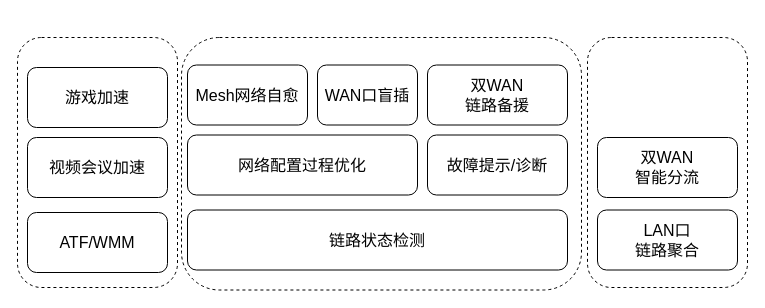
This is page "总体" (2 of 2) of ATF_WMM.drawio from xdutaotao/draw.io, a draw.io file, before an edit. Source tidied: cells renumbered, new cells numbered last; positions are measured from the earlier drawing's top-left corner, leaving out a move shared by most shapes. Both pictures are drawn from the tidied source at 100%, with x=0, y=0 at pixel (17, 37).
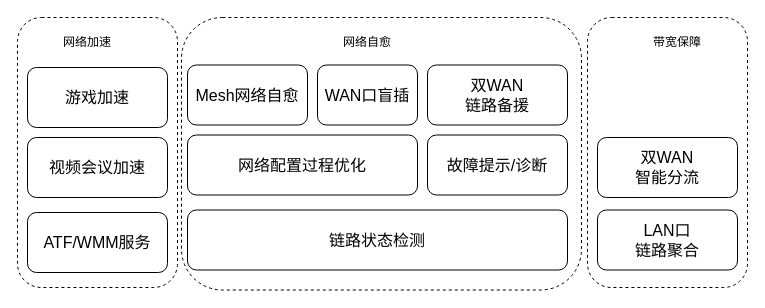
The same diagram, later.

What changed in the source:
```diff
@@
 <mxGraphModel>
   <root>
     <mxCell id="0" />
     <mxCell id="1" parent="0" />
     <mxCell id="2" style="rounded=1;whiteSpace=wrap;html=1;fontSize=16;dashed=1;" parent="1" vertex="1">
-      <mxGeometry x="570" width="160" height="250" as="geometry" />
+      <mxGeometry x="570" y="-20" width="160" height="270" as="geometry" />
     </mxCell>
     <mxCell id="3" style="rounded=1;whiteSpace=wrap;html=1;fontSize=16;dashed=1;" parent="1" vertex="1">
-      <mxGeometry x="164" width="400" height="252.5" as="geometry" />
+      <mxGeometry x="164" y="-20" width="400" height="272.5" as="geometry" />
     </mxCell>
     <mxCell id="4" style="rounded=1;whiteSpace=wrap;html=1;fontSize=16;dashed=1;" parent="1" vertex="1">
-      <mxGeometry width="160" height="250" as="geometry" />
+      <mxGeometry y="-20" width="160" height="270" as="geometry" />
     </mxCell>
     <mxCell id="5" value="链路状态检测" style="rounded=1;whiteSpace=wrap;html=1;fontSize=16;" parent="1" vertex="1">
       <mxGeometry x="170" y="172.5" width="380" height="60" as="geometry" />
     </mxCell>
     <mxCell id="6" value="网络配置过程优化" style="rounded=1;whiteSpace=wrap;html=1;fontSize=16;" parent="1" vertex="1">
       <mxGeometry x="170" y="97.5" width="230" height="60" as="geometry" />
     </mxCell>
     <mxCell id="7" value="Mesh网络自愈" style="rounded=1;whiteSpace=wrap;html=1;fontSize=16;" parent="1" vertex="1">
       <mxGeometry x="170" y="27.5" width="120" height="60" as="geometry" />
     </mxCell>
     <mxCell id="8" value="WAN口盲插" style="rounded=1;whiteSpace=wrap;html=1;fontSize=16;" parent="1" vertex="1">
       <mxGeometry x="300" y="27.5" width="100" height="60" as="geometry" />
     </mxCell>
     <mxCell id="9" value="故障提示/诊断" style="rounded=1;whiteSpace=wrap;html=1;fontSize=16;" parent="1" vertex="1">
       <mxGeometry x="410" y="97.5" width="140" height="60" as="geometry" />
     </mxCell>
     <mxCell id="10" value="双WAN&lt;br&gt;链路备援" style="rounded=1;whiteSpace=wrap;html=1;fontSize=16;" parent="1" vertex="1">
       <mxGeometry x="410" y="27.5" width="140" height="60" as="geometry" />
     </mxCell>
     <mxCell id="11" value="双WAN&lt;br&gt;智能分流" style="rounded=1;whiteSpace=wrap;html=1;fontSize=16;" parent="1" vertex="1">
       <mxGeometry x="580" y="100" width="140" height="60" as="geometry" />
     </mxCell>
     <mxCell id="12" value="LAN口&lt;br&gt;链路聚合" style="rounded=1;whiteSpace=wrap;html=1;fontSize=16;" parent="1" vertex="1">
       <mxGeometry x="580" y="172.5" width="140" height="60" as="geometry" />
     </mxCell>
     <mxCell id="13" value="游戏加速" style="rounded=1;whiteSpace=wrap;html=1;fontSize=16;" parent="1" vertex="1">
       <mxGeometry x="10" y="30" width="140" height="60" as="geometry" />
     </mxCell>
     <mxCell id="14" value="视频会议加速" style="rounded=1;whiteSpace=wrap;html=1;fontSize=16;" parent="1" vertex="1">
       <mxGeometry x="10" y="100" width="140" height="60" as="geometry" />
     </mxCell>
-    <mxCell id="15" value="ATF/WMM" style="rounded=1;whiteSpace=wrap;html=1;fontSize=16;" parent="1" vertex="1">
+    <mxCell id="15" value="ATF/WMM服务" style="rounded=1;whiteSpace=wrap;html=1;fontSize=16;" parent="1" vertex="1">
       <mxGeometry x="10" y="175" width="140" height="60" as="geometry" />
     </mxCell>
+    <mxCell id="16" value="网络加速" style="text;html=1;strokeColor=none;fillColor=none;align=center;verticalAlign=middle;whiteSpace=wrap;rounded=0;" parent="1" vertex="1">
+      <mxGeometry x="40" y="-10" width="60" height="30" as="geometry" />
+    </mxCell>
+    <mxCell id="17" value="网络自愈" style="text;html=1;strokeColor=none;fillColor=none;align=center;verticalAlign=middle;whiteSpace=wrap;rounded=0;" parent="1" vertex="1">
+      <mxGeometry x="320" y="-10" width="60" height="30" as="geometry" />
+    </mxCell>
+    <mxCell id="18" value="带宽保障" style="text;html=1;strokeColor=none;fillColor=none;align=center;verticalAlign=middle;whiteSpace=wrap;rounded=0;" parent="1" vertex="1">
+      <mxGeometry x="630" y="-10" width="60" height="30" as="geometry" />
+    </mxCell>
   </root>
 </mxGraphModel>
```
